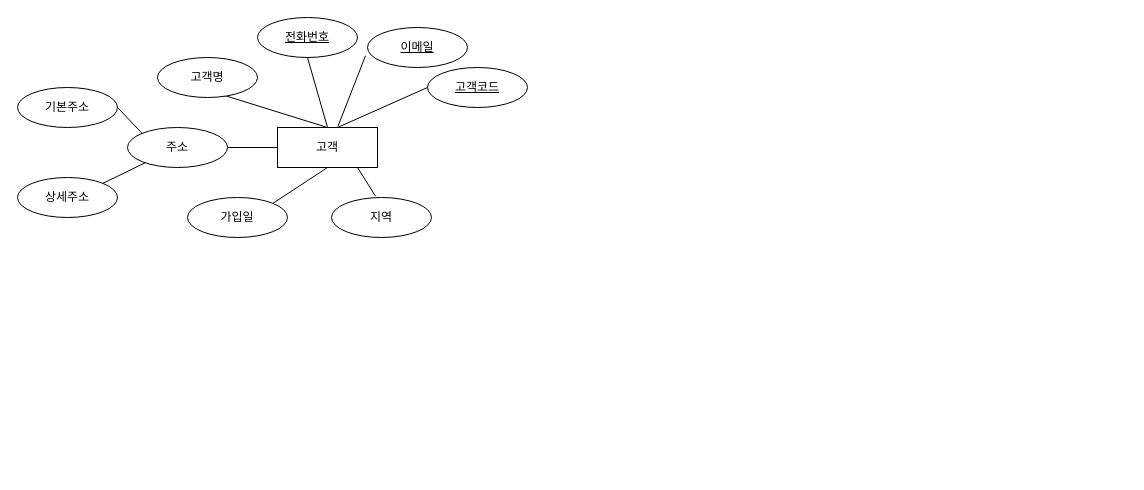
Before: 제목 없는 다이어그램.drawio in eunjiProgramming/erd, a draw.io diagram. Source tidied: cells renumbered, new cells numbered last; positions are measured from the earlier drawing's top-left corner, leaving out a move shared by most shapes. Both pictures are drawn from the tidied source at 100%, with x=0, y=0 at pixel (17, 17).
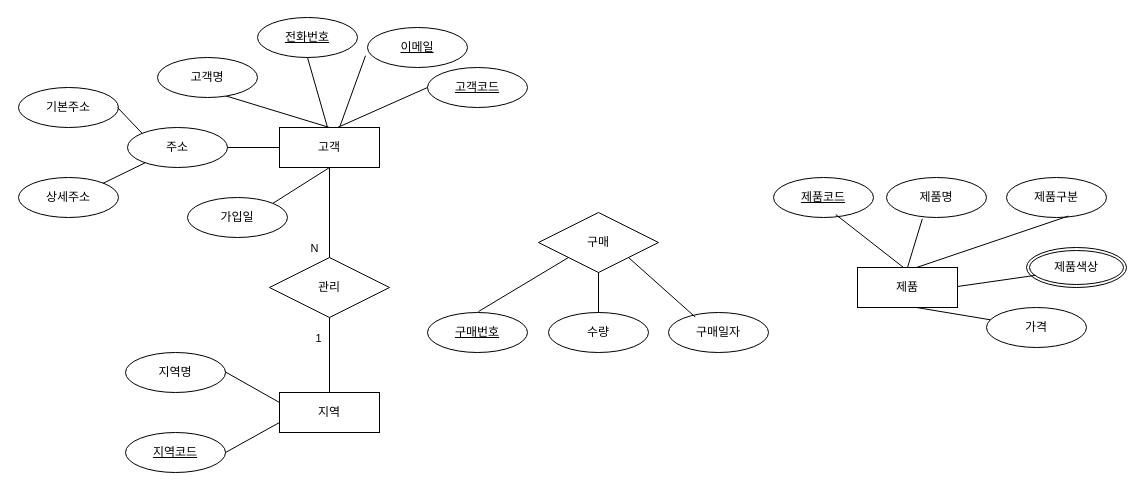
Above is the later version.

Commit message (it also covers changes not shown here):
제목 없는 다이어그램.drawio 업데이트

The change refers to these unchanged cells:
```xml
<mxCell id="12" value="주소" style="ellipse;whiteSpace=wrap;html=1;align=center;" parent="1" vertex="1">
  <mxGeometry x="110" y="110" width="100" height="40" as="geometry" />
</mxCell>
```

The edit, as a diff of the source:
```diff
@@
     <mxCell id="2" value="고객" style="whiteSpace=wrap;html=1;align=center;" parent="1" vertex="1">
-      <mxGeometry x="260" y="110" width="100" height="40" as="geometry" />
+      <mxGeometry x="262" y="110" width="100" height="40" as="geometry" />
     </mxCell>
@@
     <mxCell id="14" value="기본주소" style="ellipse;whiteSpace=wrap;html=1;align=center;" parent="1" vertex="1">
-      <mxGeometry y="70" width="100" height="40" as="geometry" />
+      <mxGeometry x="1" y="70" width="100" height="40" as="geometry" />
     </mxCell>
     <mxCell id="15" value="상세주소" style="ellipse;whiteSpace=wrap;html=1;align=center;" parent="1" vertex="1">
-      <mxGeometry y="160" width="100" height="40" as="geometry" />
+      <mxGeometry x="1" y="160" width="100" height="40" as="geometry" />
     </mxCell>
-    <mxCell id="16" style="endArrow=none;html=1;rounded=0;exitX=1;exitY=0.5;exitDx=0;exitDy=0;entryX=0;entryY=0;entryDx=0;entryDy=0;" parent="1" edge="1" source="14" target="12">
-      <mxGeometry relative="1" as="geometry" />
+    <mxCell id="16" style="endArrow=none;html=1;rounded=0;exitX=1;exitY=0.5;exitDx=0;exitDy=0;entryX=0;entryY=0;entryDx=0;entryDy=0;" parent="1" edge="1" target="12">
+      <mxGeometry relative="1" as="geometry">
+        <mxPoint x="100" y="90" as="sourcePoint" />
+      </mxGeometry>
     </mxCell>
-    <mxCell id="17" style="endArrow=none;html=1;rounded=0;exitX=1;exitY=0;exitDx=0;exitDy=0;" parent="1" edge="1" source="15" target="12">
-      <mxGeometry relative="1" as="geometry" />
+    <mxCell id="17" style="endArrow=none;html=1;rounded=0;exitX=1;exitY=0;exitDx=0;exitDy=0;" parent="1" edge="1" target="12">
+      <mxGeometry relative="1" as="geometry">
+        <mxPoint x="85.4" y="165.9" as="sourcePoint" />
+      </mxGeometry>
     </mxCell>
@@
-    <mxCell id="20" value="지역" style="ellipse;whiteSpace=wrap;html=1;align=center;" parent="1" vertex="1">
-      <mxGeometry x="314" y="180" width="100" height="40" as="geometry" />
+    <mxCell id="20" value="지역" style="whiteSpace=wrap;html=1;align=center;" parent="1" vertex="1">
+      <mxGeometry x="262" y="375" width="100" height="40" as="geometry" />
     </mxCell>
-    <mxCell id="21" style="endArrow=none;html=1;rounded=0;entryX=0.44;entryY=-0.035;entryDx=0;entryDy=0;exitX=1;exitY=0;exitDx=0;exitDy=0;entryPerimeter=0;" parent="1" edge="1" target="20">
-      <mxGeometry relative="1" as="geometry">
-        <mxPoint x="340" y="150" as="sourcePoint" />
-      </mxGeometry>
-    </mxCell>
+    <mxCell id="22" value="지역명" style="ellipse;whiteSpace=wrap;html=1;align=center;" parent="1" vertex="1">
+      <mxGeometry x="108" y="335" width="100" height="40" as="geometry" />
+    </mxCell>
+    <mxCell id="23" value="지역코드" style="ellipse;whiteSpace=wrap;html=1;align=center;fontStyle=4;" parent="1" vertex="1">
+      <mxGeometry x="108" y="415" width="100" height="40" as="geometry" />
+    </mxCell>
+    <mxCell id="24" style="endArrow=none;html=1;rounded=0;entryX=0;entryY=0.25;entryDx=0;entryDy=0;" parent="1" edge="1" target="20">
+      <mxGeometry relative="1" as="geometry">
+        <mxPoint x="208" y="354.5" as="sourcePoint" />
+      </mxGeometry>
+    </mxCell>
+    <mxCell id="25" style="endArrow=none;html=1;rounded=0;entryX=0;entryY=0.75;entryDx=0;entryDy=0;" parent="1" edge="1" target="20">
+      <mxGeometry relative="1" as="geometry">
+        <mxPoint x="208" y="435" as="sourcePoint" />
+      </mxGeometry>
+    </mxCell>
+    <mxCell id="26" value="제품" style="whiteSpace=wrap;html=1;align=center;" parent="1" vertex="1">
+      <mxGeometry x="840" y="250" width="100" height="40" as="geometry" />
+    </mxCell>
+    <mxCell id="27" value="제품구분" style="ellipse;whiteSpace=wrap;html=1;align=center;" parent="1" vertex="1">
+      <mxGeometry x="989" y="160" width="100" height="40" as="geometry" />
+    </mxCell>
+    <mxCell id="28" value="제품코드" style="ellipse;whiteSpace=wrap;html=1;align=center;fontStyle=4;" parent="1" vertex="1">
+      <mxGeometry x="756" y="160" width="100" height="40" as="geometry" />
+    </mxCell>
+    <mxCell id="29" style="endArrow=none;html=1;rounded=0;exitX=0.622;exitY=0.925;exitDx=0;exitDy=0;exitPerimeter=0;" parent="1" edge="1" source="28">
+      <mxGeometry relative="1" as="geometry">
+        <mxPoint x="886" y="250" as="targetPoint" />
+      </mxGeometry>
+    </mxCell>
+    <mxCell id="30" style="endArrow=none;html=1;rounded=0;entryX=0.618;entryY=0.965;entryDx=0;entryDy=0;entryPerimeter=0;" parent="1" edge="1" target="27">
+      <mxGeometry relative="1" as="geometry">
+        <mxPoint x="899" y="250" as="sourcePoint" />
+      </mxGeometry>
+    </mxCell>
+    <mxCell id="31" value="제품명" style="ellipse;whiteSpace=wrap;html=1;align=center;" parent="1" vertex="1">
+      <mxGeometry x="869" y="160" width="100" height="40" as="geometry" />
+    </mxCell>
+    <mxCell id="32" style="endArrow=none;html=1;rounded=0;exitX=0.5;exitY=0;exitDx=0;exitDy=0;entryX=0.358;entryY=1.035;entryDx=0;entryDy=0;entryPerimeter=0;" parent="1" edge="1" source="26" target="31">
+      <mxGeometry relative="1" as="geometry" />
+    </mxCell>
+    <mxCell id="33" value="제품색상" style="ellipse;shape=doubleEllipse;margin=3;whiteSpace=wrap;html=1;align=center;" parent="1" vertex="1">
+      <mxGeometry x="1009" y="230" width="100" height="40" as="geometry" />
+    </mxCell>
+    <mxCell id="34" style="endArrow=none;html=1;rounded=0;entryX=0.092;entryY=0.695;entryDx=0;entryDy=0;entryPerimeter=0;" parent="1" edge="1" target="33">
+      <mxGeometry relative="1" as="geometry">
+        <mxPoint x="940" y="269" as="sourcePoint" />
+      </mxGeometry>
+    </mxCell>
+    <mxCell id="35" value="가격" style="ellipse;whiteSpace=wrap;html=1;align=center;" parent="1" vertex="1">
+      <mxGeometry x="969" y="290" width="100" height="40" as="geometry" />
+    </mxCell>
+    <mxCell id="36" style="endArrow=none;html=1;rounded=0;" parent="1" edge="1" target="35">
+      <mxGeometry relative="1" as="geometry">
+        <mxPoint x="899" y="290" as="sourcePoint" />
+      </mxGeometry>
+    </mxCell>
+    <mxCell id="37" value="관리" style="shape=rhombus;perimeter=rhombusPerimeter;whiteSpace=wrap;html=1;align=center;" parent="1" vertex="1">
+      <mxGeometry x="252" y="240" width="120" height="60" as="geometry" />
+    </mxCell>
+    <mxCell id="38" style="endArrow=none;html=1;rounded=0;exitX=0.5;exitY=1;exitDx=0;exitDy=0;entryX=0.5;entryY=0;entryDx=0;entryDy=0;" parent="1" edge="1" source="2" target="37">
+      <mxGeometry relative="1" as="geometry" />
+    </mxCell>
+    <mxCell id="39" value="N" style="edgeLabel;html=1;align=center;verticalAlign=middle;" parent="38" vertex="1">
+      <mxGeometry x="0.02" y="1" relative="1" as="geometry">
+        <mxPoint x="-17" y="34" as="offset" />
+      </mxGeometry>
+    </mxCell>
+    <mxCell id="40" style="endArrow=none;html=1;rounded=0;entryX=0.5;entryY=0;entryDx=0;entryDy=0;exitX=0.5;exitY=1;exitDx=0;exitDy=0;" parent="1" edge="1" source="37" target="20">
+      <mxGeometry relative="1" as="geometry" />
+    </mxCell>
+    <mxCell id="41" value="1" style="edgeLabel;html=1;align=center;verticalAlign=middle;" parent="40" vertex="1">
+      <mxGeometry x="0.34" y="2" relative="1" as="geometry">
+        <mxPoint x="-14" y="-30" as="offset" />
+      </mxGeometry>
+    </mxCell>
+    <mxCell id="42" value="구매" style="shape=rhombus;perimeter=rhombusPerimeter;whiteSpace=wrap;html=1;align=center;" parent="1" vertex="1">
+      <mxGeometry x="521" y="195" width="120" height="60" as="geometry" />
+    </mxCell>
+    <mxCell id="43" value="구매번호" style="ellipse;whiteSpace=wrap;html=1;align=center;fontStyle=4;" parent="1" vertex="1">
+      <mxGeometry x="410" y="295" width="100" height="40" as="geometry" />
+    </mxCell>
+    <mxCell id="44" style="endArrow=none;html=1;rounded=0;entryX=0;entryY=1;entryDx=0;entryDy=0;" parent="1" edge="1" target="42">
+      <mxGeometry relative="1" as="geometry">
+        <mxPoint x="461" y="294" as="sourcePoint" />
+      </mxGeometry>
+    </mxCell>
+    <mxCell id="45" value="수량" style="ellipse;whiteSpace=wrap;html=1;align=center;" parent="1" vertex="1">
+      <mxGeometry x="531" y="295" width="100" height="40" as="geometry" />
+    </mxCell>
+    <mxCell id="46" value="구매일자" style="ellipse;whiteSpace=wrap;html=1;align=center;" parent="1" vertex="1">
+      <mxGeometry x="651" y="295" width="100" height="40" as="geometry" />
+    </mxCell>
+    <mxCell id="47" style="endArrow=none;html=1;rounded=0;entryX=0.5;entryY=0;entryDx=0;entryDy=0;" parent="1" edge="1" target="45">
+      <mxGeometry relative="1" as="geometry">
+        <mxPoint x="581" y="255" as="sourcePoint" />
+      </mxGeometry>
+    </mxCell>
+    <mxCell id="48" style="endArrow=none;html=1;rounded=0;entryX=0.268;entryY=0.115;entryDx=0;entryDy=0;entryPerimeter=0;exitX=1;exitY=1;exitDx=0;exitDy=0;" parent="1" edge="1" source="42" target="46">
+      <mxGeometry relative="1" as="geometry" />
+    </mxCell>
```
